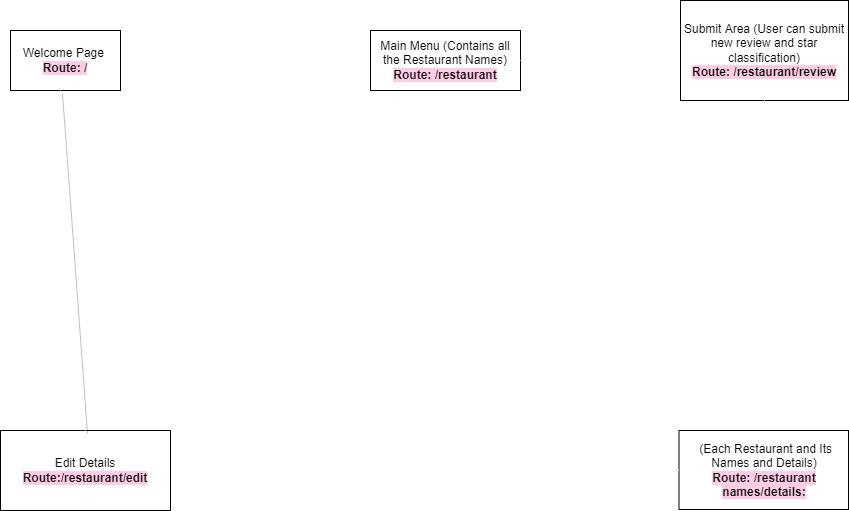
Above: Rest-Rant Wireframe.drawio.png in Phalguni221/REST-rant (draw.io), before the change. Source tidied: cells renumbered, new cells last; positions are measured from the earlier drawing's top-left corner, leaving out a move shared by most shapes.
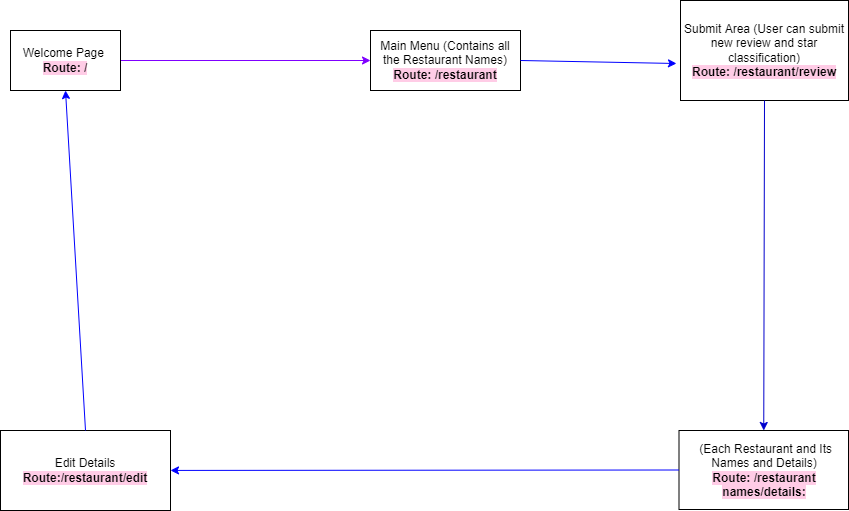
The same diagram one commit later.

What changed in the source:
```diff
@@ -11,19 +11,19 @@
     <mxCell id="4" value="Submit Area (User can submit new review and star classification)&lt;br&gt;&lt;b style=&quot;background-color: rgb(255 , 204 , 230)&quot;&gt;Route: /restaurant/review&lt;/b&gt;" style="rounded=0;whiteSpace=wrap;html=1;" parent="1" vertex="1">
       <mxGeometry x="680" width="168" height="100" as="geometry" />
     </mxCell>
-    <mxCell id="5" style="endArrow=classic;html=1;rounded=0;exitX=0;exitY=0.5;exitDx=0;exitDy=0;strokeColor=#FFFFFF;" parent="1" edge="1" source="3" target="6">
+    <mxCell id="5" style="endArrow=classic;html=1;rounded=0;exitX=0;exitY=0.5;exitDx=0;exitDy=0;strokeColor=#0000FF;" parent="1" edge="1" source="3" target="6">
       <mxGeometry relative="1" as="geometry" />
     </mxCell>
     <mxCell id="6" value="Edit Details&lt;br&gt;&lt;b style=&quot;background-color: rgb(255 , 204 , 230)&quot;&gt;Route:/restaurant/edit&lt;/b&gt;" style="rounded=0;whiteSpace=wrap;html=1;" parent="1" vertex="1">
       <mxGeometry y="430" width="170" height="80" as="geometry" />
     </mxCell>
-    <mxCell id="7" style="endArrow=classic;html=1;rounded=0;exitX=0.5;exitY=1;exitDx=0;exitDy=0;entryX=0.5;entryY=0;entryDx=0;entryDy=0;strokeColor=#FFFFFF;" parent="1" edge="1" source="4" target="3">
+    <mxCell id="7" style="endArrow=classic;html=1;rounded=0;exitX=0.5;exitY=1;exitDx=0;exitDy=0;entryX=0.5;entryY=0;entryDx=0;entryDy=0;strokeColor=#0000CC;" parent="1" edge="1" source="4" target="3">
       <mxGeometry relative="1" as="geometry" />
     </mxCell>
-    <mxCell id="8" style="endArrow=classic;html=1;rounded=0;exitX=1;exitY=0.5;exitDx=0;exitDy=0;entryX=0;entryY=0.5;entryDx=0;entryDy=0;strokeColor=#FFFFFF;" parent="1" edge="1" source="11" target="2">
+    <mxCell id="8" style="endArrow=classic;html=1;rounded=0;exitX=1;exitY=0.5;exitDx=0;exitDy=0;entryX=0;entryY=0.5;entryDx=0;entryDy=0;strokeColor=#7F00FF;" parent="1" edge="1" source="11" target="2">
       <mxGeometry relative="1" as="geometry" />
     </mxCell>
-    <mxCell id="9" style="endArrow=classic;html=1;rounded=0;exitX=1;exitY=0.5;exitDx=0;exitDy=0;entryX=-0.024;entryY=0.63;entryDx=0;entryDy=0;entryPerimeter=0;strokeColor=#FFFFFF;" parent="1" edge="1" source="2" target="4">
+    <mxCell id="9" style="endArrow=classic;html=1;rounded=0;exitX=1;exitY=0.5;exitDx=0;exitDy=0;entryX=-0.024;entryY=0.63;entryDx=0;entryDy=0;entryPerimeter=0;strokeColor=#0000FF;" parent="1" edge="1" source="2" target="4">
       <mxGeometry relative="1" as="geometry" />
     </mxCell>
     <mxCell id="10" style="endArrow=classic;html=1;rounded=0;exitX=0.5;exitY=0;exitDx=0;exitDy=0;startArrow=none;" parent="1" edge="1" source="11">
@@ -34,10 +34,8 @@
     <mxCell id="11" value="Welcome Page&amp;nbsp;&lt;br&gt;&lt;b style=&quot;background-color: rgb(255 , 204 , 230)&quot;&gt;Route: /&lt;/b&gt;" style="rounded=0;whiteSpace=wrap;html=1;" parent="1" vertex="1">
       <mxGeometry x="10" y="30" width="110" height="60" as="geometry" />
     </mxCell>
-    <mxCell id="12" style="endArrow=none;html=1;rounded=0;exitX=0.5;exitY=0;exitDx=0;exitDy=0;shadow=1;strokeColor=#FFFFFF;" parent="1" edge="1" source="6">
-      <mxGeometry relative="1" as="geometry">
-        <mxPoint x="60" y="90" as="targetPoint" />
-      </mxGeometry>
-    </mxCell>
+    <mxCell id="13" style="endArrow=classic;html=1;rounded=0;exitX=0.5;exitY=0;exitDx=0;exitDy=0;entryX=0.5;entryY=1;entryDx=0;entryDy=0;strokeColor=#0000FF;" parent="1" edge="1" source="6" target="11">
+      <mxGeometry relative="1" as="geometry" />
+    </mxCell>
   </root>
 </mxGraphModel>
```
